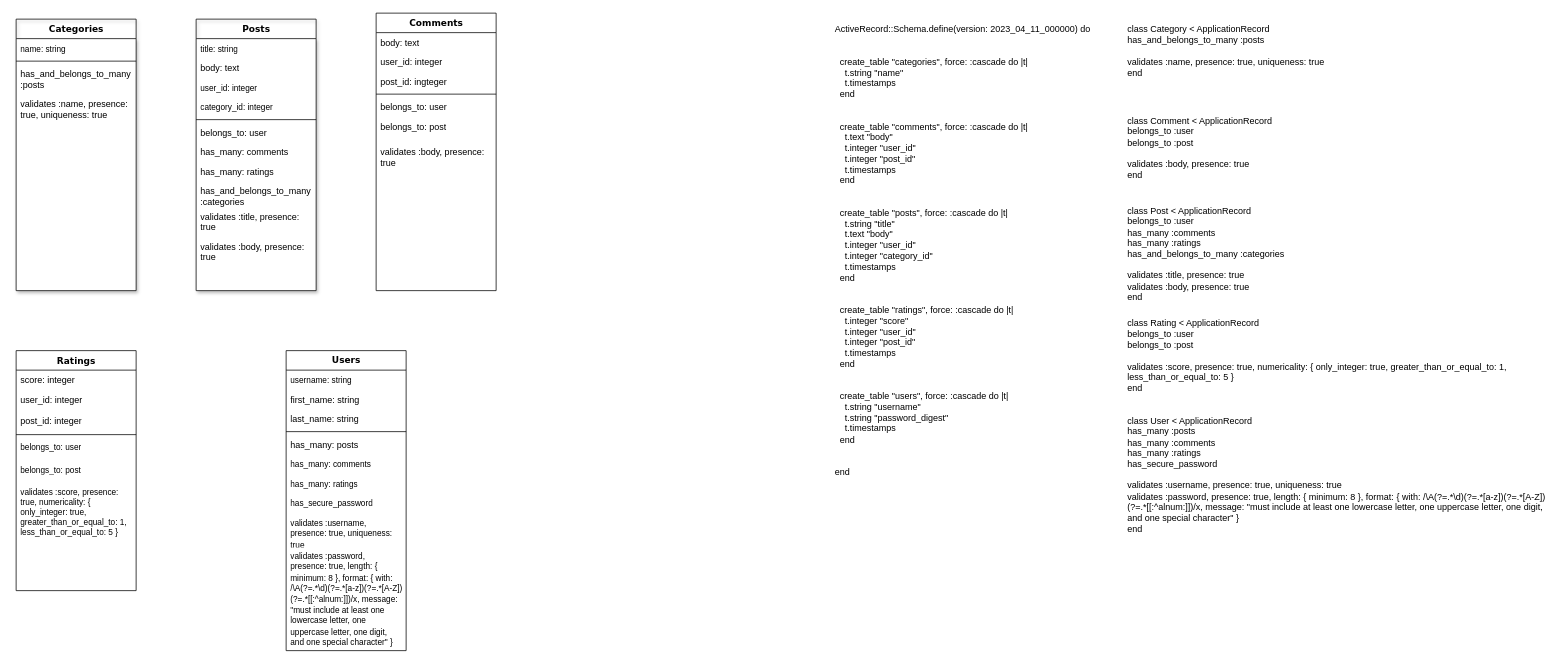
Before: page "Back End" (1 of 2) of Untitled Diagram.drawio in mendelr20/phase-5-project, a draw.io diagram. Source tidied: cells renumbered, new cells numbered last; positions are measured from the earlier drawing's top-left corner, leaving out a move shared by most shapes. Both pictures are drawn from the tidied source at 75%, with x=0, y=0 at pixel (16, 13).
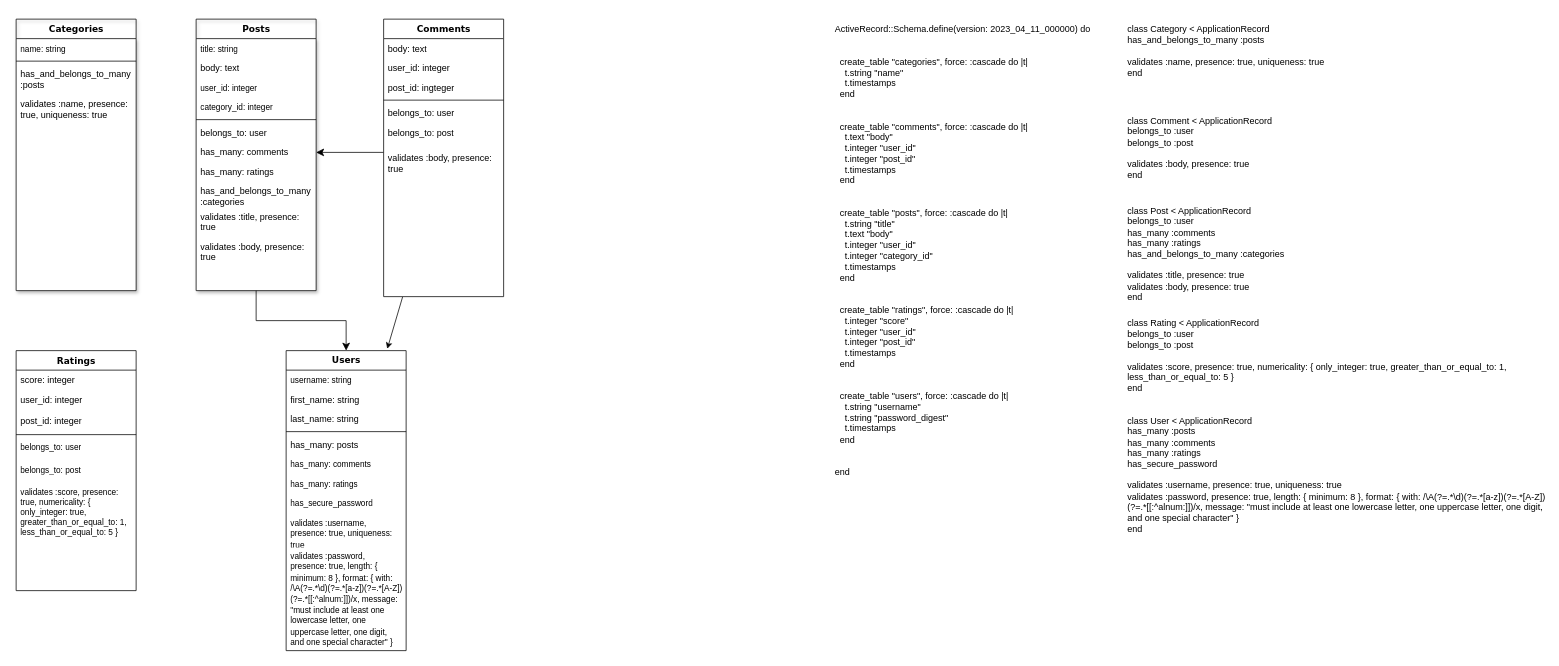
Above is the later version.

The change refers to these unchanged cells:
```xml
<mxCell id="2" value="Users" style="swimlane;html=1;fontStyle=1;align=center;verticalAlign=middle;horizontal=1;startSize=26;swimlaneFillColor=#ffffff;rounded=0;shadow=0;comic=0;labelBackgroundColor=none;strokeWidth=1;fillColor=none;fontFamily=Verdana;fontSize=12;swimlaneLine=1;" parent="1" vertex="1">
  <mxGeometry x="360" y="450" width="160" height="400" as="geometry" />
</mxCell>
<mxCell id="33" value="validates :body, presence: true&lt;br style=&quot;border-color: var(--border-color);&quot;&gt;" style="text;html=1;strokeColor=none;fillColor=none;align=left;verticalAlign=top;spacingLeft=4;spacingRight=4;whiteSpace=wrap;overflow=hidden;points=[[0,0.5],[1,0.5]];portConstraint=eastwest;" parent="26" vertex="1">
  <mxGeometry y="172" width="160" height="40" as="geometry" />
</mxCell>
<mxCell id="34" value="Posts" style="swimlane;html=1;fontStyle=1;align=center;verticalAlign=top;horizontal=1;startSize=26;swimlaneFillColor=#ffffff;rounded=0;shadow=1;comic=0;labelBackgroundColor=none;strokeWidth=1;fillColor=none;fontFamily=Verdana;fontSize=12;" parent="1" vertex="1">
  <mxGeometry x="240" y="8" width="160" height="362" as="geometry" />
</mxCell>
<mxCell id="41" value="has_many: comments" style="text;html=1;strokeColor=none;fillColor=none;align=left;verticalAlign=top;spacingLeft=4;spacingRight=4;whiteSpace=wrap;overflow=hidden;points=[[0,0.5],[1,0.5]];portConstraint=eastwest;" parent="34" vertex="1">
  <mxGeometry y="164" width="160" height="26" as="geometry" />
</mxCell>
```

The edit, as a diff of the source:
```diff
@@
+    <mxCell id="52" style="edgeStyle=none;rounded=0;jettySize=auto;html=1;entryX=0.843;entryY=-0.006;entryDx=0;entryDy=0;entryPerimeter=0;" parent="1" edge="1" source="26" target="2">
+      <mxGeometry relative="1" as="geometry" />
+    </mxCell>
     <mxCell id="26" value="Comments" style="swimlane;html=1;fontStyle=1;align=center;verticalAlign=top;horizontal=1;startSize=26;swimlaneFillColor=#ffffff;rounded=0;shadow=0;comic=0;labelBackgroundColor=none;strokeWidth=1;fillColor=none;fontFamily=Verdana;fontSize=12;" parent="1" vertex="1">
-      <mxGeometry x="480" width="160" height="370" as="geometry" />
+      <mxGeometry x="490" y="8" width="160" height="370" as="geometry" />
     </mxCell>
@@
+    <mxCell id="53" style="edgeStyle=segmentEdgeStyle;endArrow=classic;html=1;curved=0;rounded=0;endSize=8;startSize=8;entryX=0.5;entryY=0;entryDx=0;entryDy=0;exitX=0.5;exitY=1;exitDx=0;exitDy=0;" parent="1" edge="1" source="34" target="2">
+      <mxGeometry relative="1" as="geometry">
+        <Array as="points">
+          <mxPoint x="320" y="410" />
+          <mxPoint x="440" y="410" />
+        </Array>
+      </mxGeometry>
+    </mxCell>
+    <mxCell id="54" style="edgeStyle=segmentEdgeStyle;endArrow=classic;html=1;curved=0;rounded=0;endSize=8;startSize=8;entryX=1;entryY=0.5;entryDx=0;entryDy=0;exitX=-0.002;exitY=0.142;exitDx=0;exitDy=0;exitPerimeter=0;" parent="1" edge="1" source="33" target="41">
+      <mxGeometry relative="1" as="geometry" />
+    </mxCell>
```
